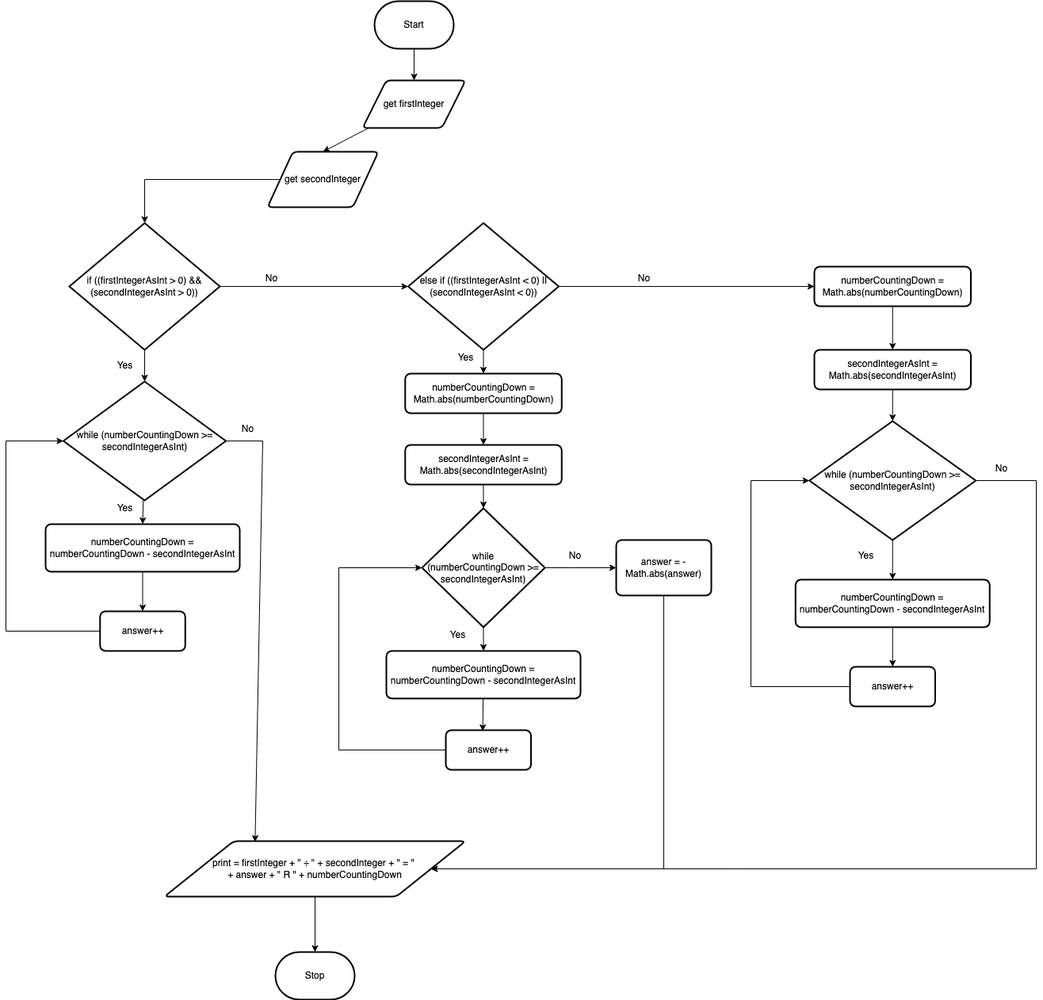
Above: design/flow-chart.png in maliksalem1/ICS2O-Unit5-08-JS (draw.io), before the change. Source tidied: cells renumbered, new cells last; positions are measured from the earlier drawing's top-left corner, leaving out a move shared by most shapes.
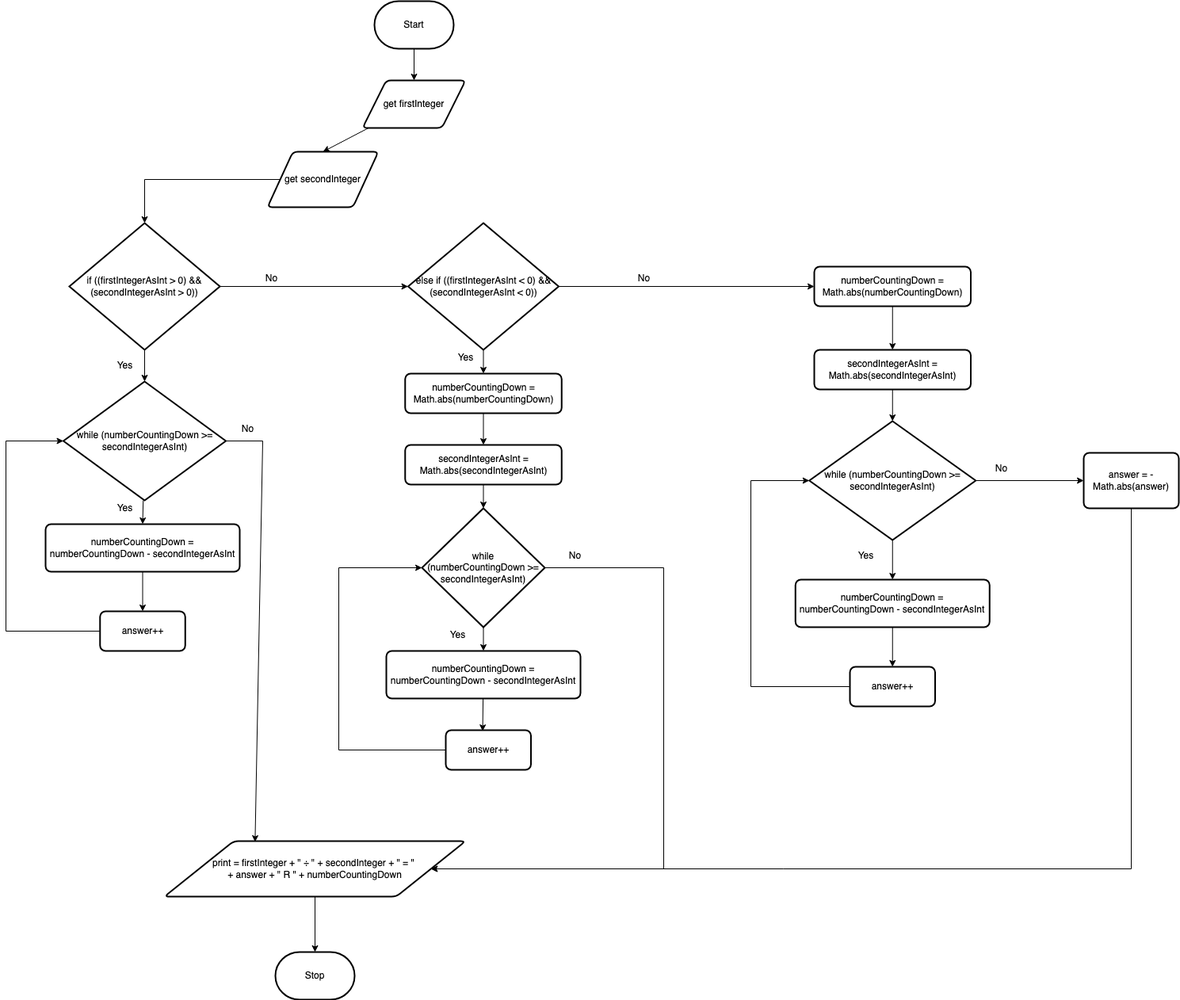
After the commit.

The edit, as a diff of the source:
```diff
@@ -81,7 +81,7 @@
     <mxCell id="23" style="edgeStyle=none;rounded=0;html=1;entryX=0;entryY=0.5;entryDx=0;entryDy=0;" parent="1" edge="1" source="24" target="44">
       <mxGeometry relative="1" as="geometry" />
     </mxCell>
-    <mxCell id="24" value="else if ((firstIntegerAsInt &amp;lt; 0) || (secondIntegerAsInt &amp;lt; 0))" style="strokeWidth=2;html=1;shape=mxgraph.flowchart.decision;whiteSpace=wrap;" parent="1" vertex="1">
+    <mxCell id="24" value="else if ((firstIntegerAsInt &amp;lt; 0) &amp;amp;&amp;amp; (secondIntegerAsInt &amp;lt; 0))" style="strokeWidth=2;html=1;shape=mxgraph.flowchart.decision;whiteSpace=wrap;" parent="1" vertex="1">
       <mxGeometry x="507.5" y="280" width="190" height="160" as="geometry" />
     </mxCell>
     <mxCell id="25" style="edgeStyle=none;rounded=0;html=1;entryX=0.5;entryY=0;entryDx=0;entryDy=0;" parent="1" edge="1" source="26" target="28">
@@ -99,9 +99,6 @@
     <mxCell id="29" style="edgeStyle=none;rounded=0;html=1;entryX=0.5;entryY=0;entryDx=0;entryDy=0;" parent="1" edge="1" source="31" target="33">
       <mxGeometry relative="1" as="geometry" />
     </mxCell>
-    <mxCell id="30" style="edgeStyle=none;rounded=0;html=1;entryX=0;entryY=0.5;entryDx=0;entryDy=0;" parent="1" edge="1" source="31" target="40">
-      <mxGeometry relative="1" as="geometry" />
-    </mxCell>
     <mxCell id="31" value="while (numberCountingDown &amp;gt;= secondIntegerAsInt)" style="strokeWidth=2;html=1;shape=mxgraph.flowchart.decision;whiteSpace=wrap;" parent="1" vertex="1">
       <mxGeometry x="525" y="640" width="155" height="150" as="geometry" />
     </mxCell>
@@ -131,16 +128,14 @@
     <mxCell id="38" value="Yes" style="text;html=1;align=center;verticalAlign=middle;fillColor=none;strokeColor=none;rounded=0;" parent="1" vertex="1">
       <mxGeometry x="560" y="440" width="40" height="20" as="geometry" />
     </mxCell>
-    <mxCell id="39" style="edgeStyle=none;rounded=0;html=1;entryX=1;entryY=0.5;entryDx=0;entryDy=0;" parent="1" edge="1" source="40" target="20">
+    <mxCell id="39" style="edgeStyle=none;rounded=0;html=1;entryX=1;entryY=0.5;entryDx=0;entryDy=0;exitX=1;exitY=0.5;exitDx=0;exitDy=0;exitPerimeter=0;" parent="1" edge="1" source="31" target="20">
       <mxGeometry relative="1" as="geometry">
         <Array as="points">
+          <mxPoint x="830" y="715" />
           <mxPoint x="830" y="1095" />
         </Array>
       </mxGeometry>
     </mxCell>
-    <mxCell id="40" value="answer = -Math.abs(answer)" style="rounded=1;whiteSpace=wrap;html=1;absoluteArcSize=1;arcSize=14;strokeWidth=2;" parent="1" vertex="1">
-      <mxGeometry x="770" y="680" width="120" height="70" as="geometry" />
-    </mxCell>
     <mxCell id="41" value="Yes" style="text;html=1;align=center;verticalAlign=middle;fillColor=none;strokeColor=none;rounded=0;" parent="1" vertex="1">
       <mxGeometry x="550" y="790" width="40" height="20" as="geometry" />
     </mxCell>
@@ -165,14 +160,9 @@
     <mxCell id="48" style="edgeStyle=none;rounded=0;html=1;entryX=0.5;entryY=0;entryDx=0;entryDy=0;" parent="1" edge="1" source="50" target="52">
       <mxGeometry relative="1" as="geometry" />
     </mxCell>
-    <mxCell id="49" style="edgeStyle=none;rounded=0;html=1;entryX=1;entryY=0.5;entryDx=0;entryDy=0;exitX=1;exitY=0.5;exitDx=0;exitDy=0;exitPerimeter=0;" parent="1" edge="1" source="50" target="20">
-      <mxGeometry relative="1" as="geometry">
-        <Array as="points">
-          <mxPoint x="1300" y="605" />
-          <mxPoint x="1300" y="1095" />
-        </Array>
-      </mxGeometry>
-    </mxCell>
+    <mxCell id="58" style="edgeStyle=none;rounded=0;html=1;entryX=0;entryY=0.5;entryDx=0;entryDy=0;" parent="1" edge="1" source="50" target="40">
+      <mxGeometry relative="1" as="geometry" />
+    </mxCell>
     <mxCell id="50" value="while (numberCountingDown &amp;gt;= secondIntegerAsInt)" style="strokeWidth=2;html=1;shape=mxgraph.flowchart.decision;whiteSpace=wrap;" parent="1" vertex="1">
       <mxGeometry x="1013.8" y="530" width="210" height="150" as="geometry" />
     </mxCell>
@@ -202,5 +192,15 @@
     <mxCell id="57" value="Stop" style="strokeWidth=2;html=1;shape=mxgraph.flowchart.terminator;whiteSpace=wrap;" parent="1" vertex="1">
       <mxGeometry x="340" y="1200" width="100" height="60" as="geometry" />
     </mxCell>
+    <mxCell id="59" style="edgeStyle=none;rounded=0;html=1;entryX=1;entryY=0.5;entryDx=0;entryDy=0;" parent="1" edge="1" source="40" target="20">
+      <mxGeometry relative="1" as="geometry">
+        <Array as="points">
+          <mxPoint x="1420" y="1095" />
+        </Array>
+      </mxGeometry>
+    </mxCell>
+    <mxCell id="40" value="answer = -Math.abs(answer)" style="rounded=1;whiteSpace=wrap;html=1;absoluteArcSize=1;arcSize=14;strokeWidth=2;" parent="1" vertex="1">
+      <mxGeometry x="1360" y="570" width="120" height="70" as="geometry" />
+    </mxCell>
   </root>
 </mxGraphModel>
```
